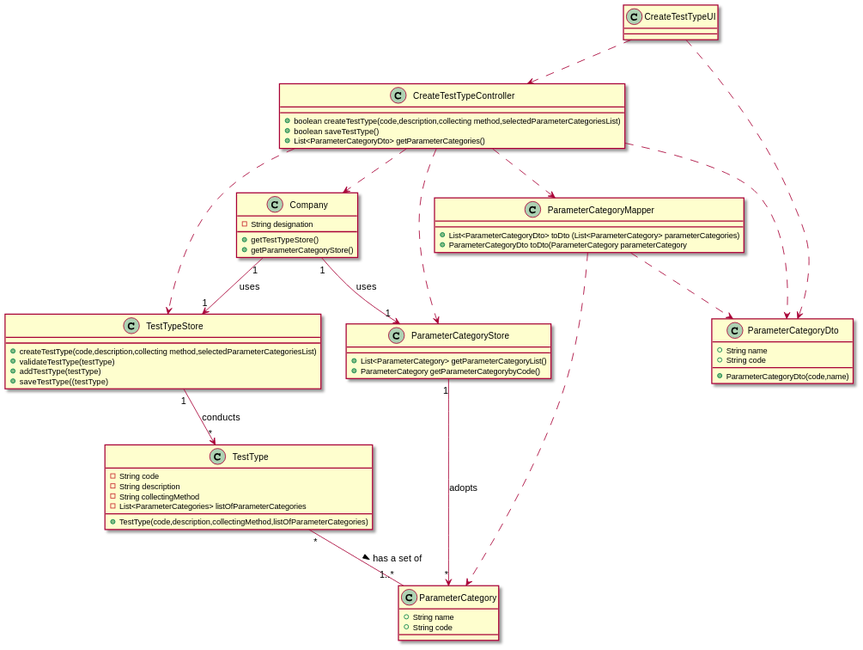
Earlier version of the PlantUML export docs/SprintB/US09/US09_CD.svg (manu-07-ela/LAPR2_ISEP).
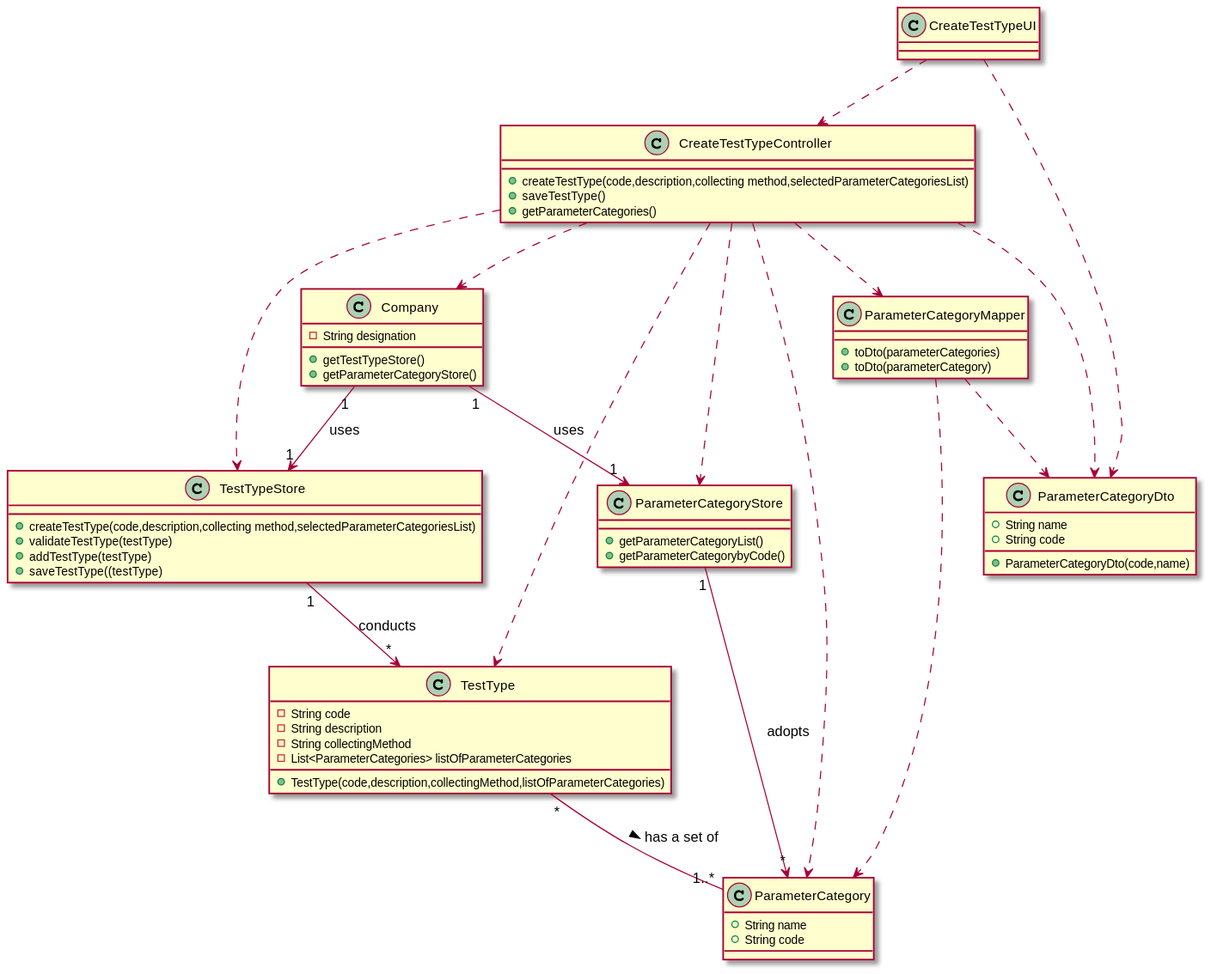
Above is the later version.

The edit, as a diff of the source:
```diff
@@ -10,9 +10,9 @@
 }
 
 class CreateTestTypeController{
-+boolean createTestType(code,description,collecting method,selectedParameterCategoriesList)
-+boolean saveTestType()
-+List<ParameterCategoryDto> getParameterCategories()
++createTestType(code,description,collecting method,selectedParameterCategoriesList)
++saveTestType()
++getParameterCategories()
 }
 
 class TestType{
@@ -31,13 +31,13 @@
 }
 
 class ParameterCategoryStore{
-+List<ParameterCategory> getParameterCategoryList()
-+ParameterCategory getParameterCategorybyCode()
++getParameterCategoryList()
++getParameterCategorybyCode()
 }
 
 class ParameterCategoryMapper{
-+List<ParameterCategoryDto> toDto (List<ParameterCategory> parameterCategories)
-+ParameterCategoryDto toDto(ParameterCategory parameterCategory
++toDto(parameterCategories)
++toDto(parameterCategory)
 }
 
 
@@ -58,6 +58,8 @@
 CreateTestTypeController ..> TestTypeStore
 CreateTestTypeController ..> ParameterCategoryStore
 CreateTestTypeController ..> ParameterCategoryDto
+CreateTestTypeController ..> ParameterCategory
+CreateTestTypeController ..> TestType
 CreateTestTypeController ..> ParameterCategoryMapper
 Company"1"--> "1" TestTypeStore : uses
 Company"1"--> "1" ParameterCategoryStore : uses
```
